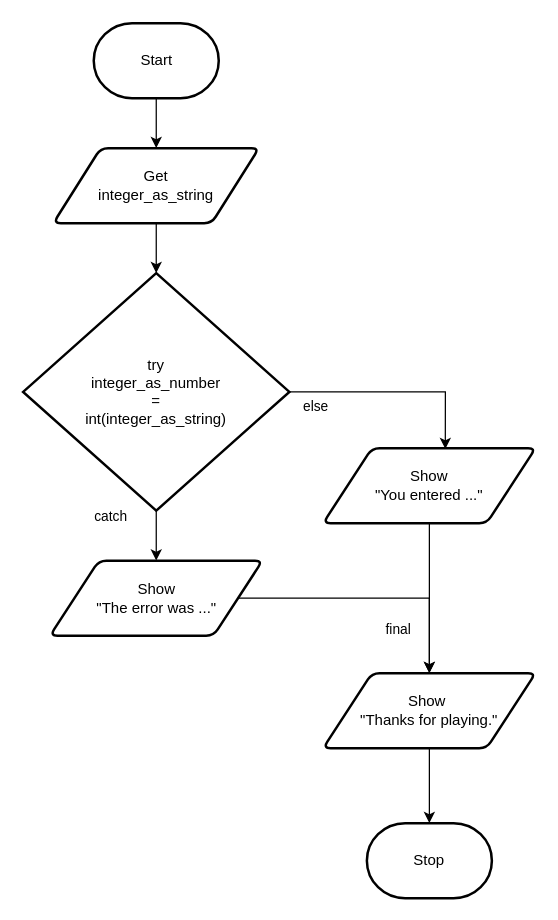
Mr-Coxall/Computer-Based-Problem-Solving keeps this draw.io diagram as docs/structured-problem-solving/images/flowchart-try-catch.drawio. Above is the earlier version. Source tidied: cells renumbered, new cells numbered last; positions are measured from the earlier drawing's top-left corner, leaving out a move shared by most shapes. Both pictures are drawn from the tidied source at 125%, with x=0, y=0 at pixel (22, 22).
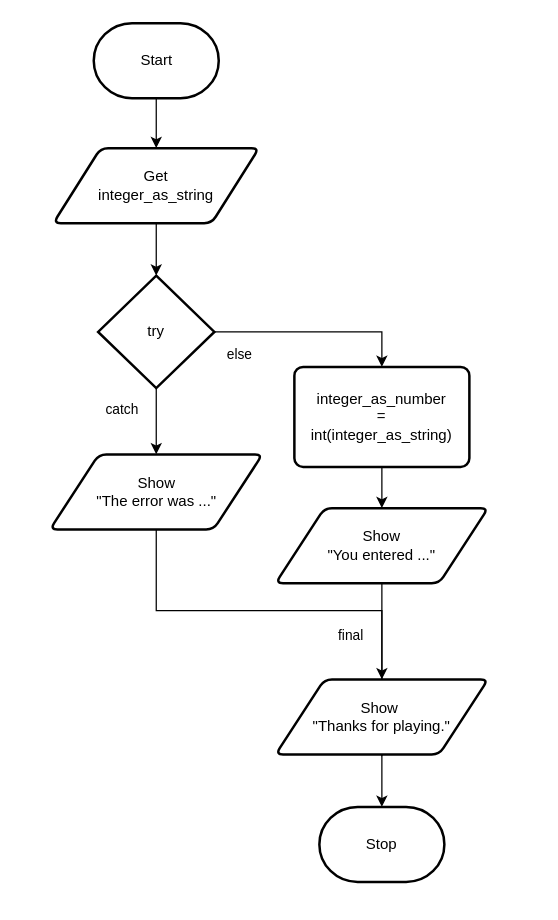
After the change.

Commit message (it also covers changes not shown here):
fix try catch

The edit, as a diff of the source:
```diff
@@
     <mxCell id="6" value="Stop" style="strokeWidth=2;html=1;shape=mxgraph.flowchart.terminator;whiteSpace=wrap;" parent="1" vertex="1">
-      <mxGeometry x="275" y="640" width="100" height="60" as="geometry" />
+      <mxGeometry x="237" y="627" width="100" height="60" as="geometry" />
     </mxCell>
@@
-    <mxCell id="8" style="edgeStyle=orthogonalEdgeStyle;html=1;entryX=0.575;entryY=0.011;entryDx=0;entryDy=0;entryPerimeter=0;rounded=0;" parent="1" edge="1" source="10" target="13">
-      <mxGeometry relative="1" as="geometry" />
-    </mxCell>
@@
+    <mxCell id="20" style="edgeStyle=orthogonalEdgeStyle;shape=connector;rounded=0;html=1;exitX=1;exitY=0.5;exitDx=0;exitDy=0;exitPerimeter=0;entryX=0.5;entryY=0;entryDx=0;entryDy=0;labelBackgroundColor=default;strokeColor=default;fontFamily=Helvetica;fontSize=11;fontColor=default;endArrow=classic;" parent="1" edge="1" source="10" target="22">
+      <mxGeometry relative="1" as="geometry" />
+    </mxCell>
-    <mxCell id="10" value="try&lt;br&gt;integer_as_number&lt;br&gt;=&lt;br&gt;int(integer_as_string)" style="strokeWidth=2;html=1;shape=mxgraph.flowchart.decision;whiteSpace=wrap;" parent="1" vertex="1">
-      <mxGeometry y="200" width="213" height="190" as="geometry" />
+    <mxCell id="10" value="try" style="strokeWidth=2;html=1;shape=mxgraph.flowchart.decision;whiteSpace=wrap;" parent="1" vertex="1">
+      <mxGeometry x="60" y="202" width="93" height="90" as="geometry" />
     </mxCell>
     <mxCell id="11" value="catch" style="text;html=1;align=center;verticalAlign=middle;strokeColor=none;fillColor=none;fontSize=11;fontFamily=Helvetica;fontColor=default;" parent="1" vertex="1">
-      <mxGeometry x="45" y="380" width="50" height="30" as="geometry" />
+      <mxGeometry x="54" y="294" width="50" height="30" as="geometry" />
     </mxCell>
     <mxCell id="12" style="edgeStyle=orthogonalEdgeStyle;shape=connector;rounded=0;html=1;labelBackgroundColor=default;strokeColor=default;fontFamily=Helvetica;fontSize=11;fontColor=default;endArrow=classic;" parent="1" edge="1" source="13">
       <mxGeometry relative="1" as="geometry">
-        <mxPoint x="325" y="520" as="targetPoint" />
+        <mxPoint x="287" y="587" as="targetPoint" />
       </mxGeometry>
     </mxCell>
     <mxCell id="13" value="Show &lt;br&gt;&quot;You entered ...&quot;" style="shape=parallelogram;html=1;strokeWidth=2;perimeter=parallelogramPerimeter;whiteSpace=wrap;rounded=1;arcSize=12;size=0.23;" parent="1" vertex="1">
-      <mxGeometry x="240" y="340" width="170" height="60" as="geometry" />
+      <mxGeometry x="202" y="388" width="170" height="60" as="geometry" />
     </mxCell>
     <mxCell id="14" style="edgeStyle=orthogonalEdgeStyle;shape=connector;rounded=0;html=1;labelBackgroundColor=default;strokeColor=default;fontFamily=Helvetica;fontSize=11;fontColor=default;endArrow=classic;" parent="1" edge="1" source="15" target="18">
-      <mxGeometry relative="1" as="geometry" />
+      <mxGeometry relative="1" as="geometry">
+        <Array as="points">
+          <mxPoint x="107" y="470" />
+          <mxPoint x="287" y="470" />
+        </Array>
+      </mxGeometry>
     </mxCell>
     <mxCell id="15" value="Show &lt;br&gt;&quot;The error was ...&quot;" style="shape=parallelogram;html=1;strokeWidth=2;perimeter=parallelogramPerimeter;whiteSpace=wrap;rounded=1;arcSize=12;size=0.23;" parent="1" vertex="1">
-      <mxGeometry x="21.5" y="430" width="170" height="60" as="geometry" />
+      <mxGeometry x="21.5" y="345" width="170" height="60" as="geometry" />
     </mxCell>
     <mxCell id="16" value="else" style="text;html=1;align=center;verticalAlign=middle;strokeColor=none;fillColor=none;fontSize=11;fontFamily=Helvetica;fontColor=default;" parent="1" vertex="1">
-      <mxGeometry x="214" y="292" width="40" height="30" as="geometry" />
+      <mxGeometry x="153" y="250" width="40" height="30" as="geometry" />
     </mxCell>
@@
     <mxCell id="18" value="Show&amp;nbsp;&lt;br&gt;&quot;Thanks for playing.&quot;" style="shape=parallelogram;html=1;strokeWidth=2;perimeter=parallelogramPerimeter;whiteSpace=wrap;rounded=1;arcSize=12;size=0.23;" parent="1" vertex="1">
-      <mxGeometry x="240" y="520" width="170" height="60" as="geometry" />
+      <mxGeometry x="202" y="525" width="170" height="60" as="geometry" />
     </mxCell>
     <mxCell id="19" value="final" style="text;html=1;align=center;verticalAlign=middle;strokeColor=none;fillColor=none;fontSize=11;fontFamily=Helvetica;fontColor=default;" parent="1" vertex="1">
-      <mxGeometry x="280" y="470" width="40" height="30" as="geometry" />
+      <mxGeometry x="242" y="475" width="40" height="30" as="geometry" />
     </mxCell>
+    <mxCell id="21" style="edgeStyle=orthogonalEdgeStyle;shape=connector;rounded=0;html=1;entryX=0.5;entryY=0;entryDx=0;entryDy=0;labelBackgroundColor=default;strokeColor=default;fontFamily=Helvetica;fontSize=11;fontColor=default;endArrow=classic;" parent="1" edge="1" source="22" target="13">
+      <mxGeometry relative="1" as="geometry" />
+    </mxCell>
+    <mxCell id="22" value="integer_as_number&lt;br&gt;=&lt;br&gt;int(integer_as_string)" style="rounded=1;whiteSpace=wrap;html=1;absoluteArcSize=1;arcSize=14;strokeWidth=2;" parent="1" vertex="1">
+      <mxGeometry x="217" y="275" width="140" height="80" as="geometry" />
+    </mxCell>
```
